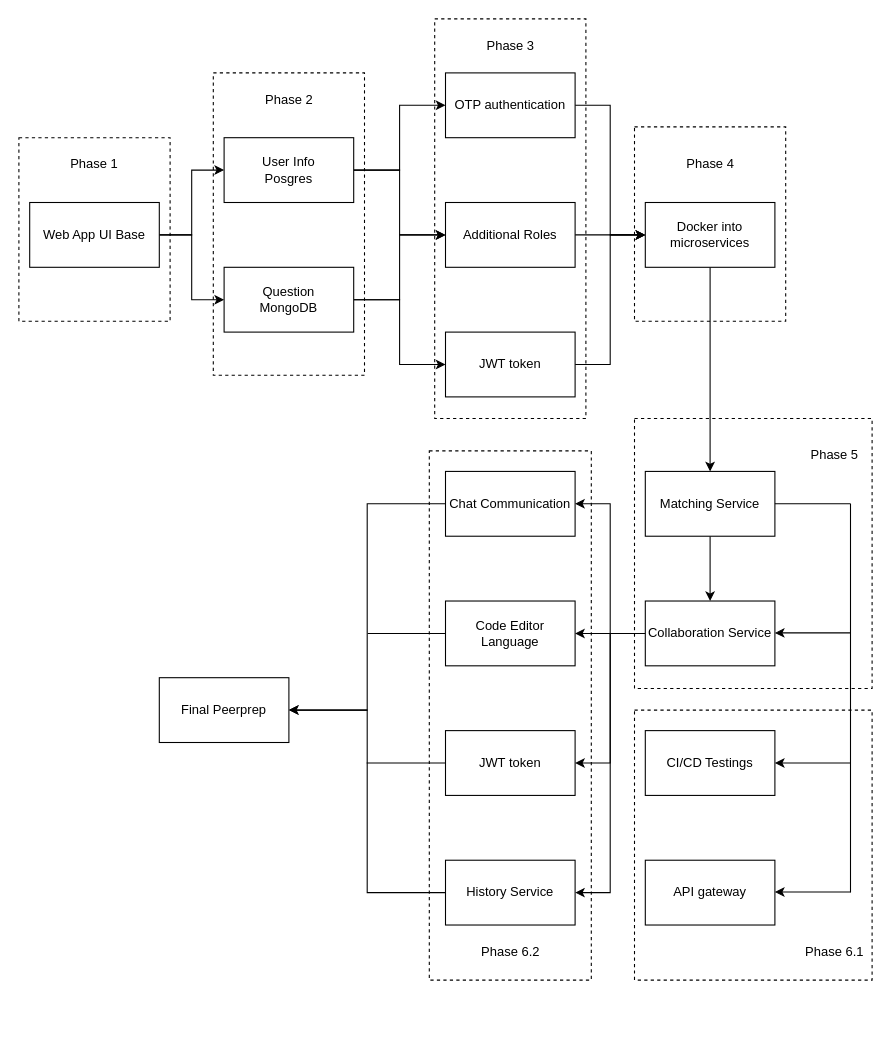
Before: Development-process.drawio in shaniceng/DrawIODiagrams, a draw.io diagram. Source tidied: cells renumbered, new cells numbered last; positions are measured from the earlier drawing's top-left corner, leaving out a move shared by most shapes. Both pictures are drawn from the tidied source at 108%, with x=0, y=0 at pixel (18, 18).
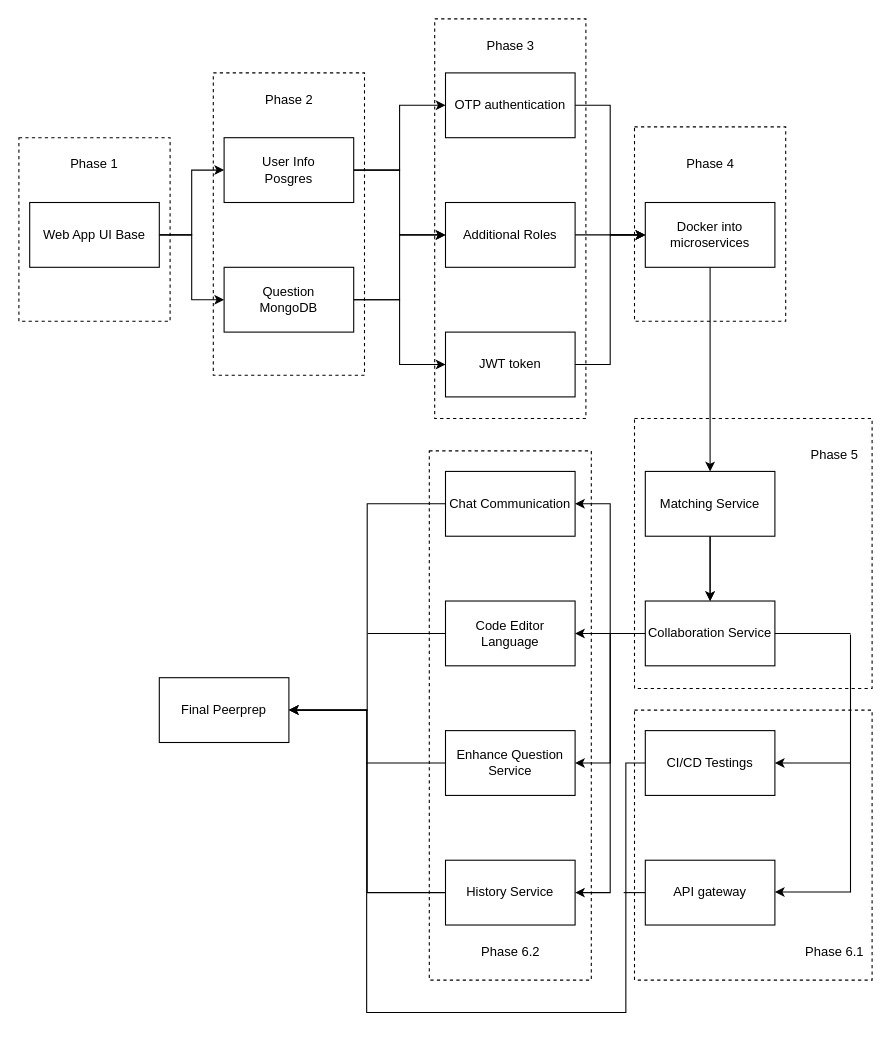
The same page after the edit.

Unchanged cells that the change refers to:
```xml
<mxCell id="29" value="Matching Service" style="rounded=0;whiteSpace=wrap;html=1;" parent="1" vertex="1">
  <mxGeometry x="580" y="419" width="120" height="60" as="geometry" />
</mxCell>
<mxCell id="34" value="Collaboration Service" style="rounded=0;whiteSpace=wrap;html=1;" parent="1" vertex="1">
  <mxGeometry x="580" y="539" width="120" height="60" as="geometry" />
</mxCell>
<mxCell id="38" value="API gateway" style="rounded=0;whiteSpace=wrap;html=1;" parent="1" vertex="1">
  <mxGeometry x="580" y="779" width="120" height="60" as="geometry" />
</mxCell>
<mxCell id="53" value="Final Peerprep" style="rounded=0;whiteSpace=wrap;html=1;" parent="1" vertex="1">
  <mxGeometry x="130" y="610" width="120" height="60" as="geometry" />
</mxCell>
```

The edit, as a diff of the source:
```diff
@@
+    <mxCell id="52" style="rounded=0;whiteSpace=wrap;html=1;dashed=1;fillColor=none;" parent="1" vertex="1">
+      <mxGeometry x="570" y="370" width="220" height="250" as="geometry" />
+    </mxCell>
@@
-    <mxCell id="27" value="JWT token" style="rounded=0;whiteSpace=wrap;html=1;" parent="1" vertex="1">
+    <mxCell id="27" value="Enhance Question Service" style="rounded=0;whiteSpace=wrap;html=1;" parent="1" vertex="1">
       <mxGeometry x="395" y="659" width="120" height="60" as="geometry" />
     </mxCell>
@@
+    <mxCell id="56" style="edgeStyle=orthogonalEdgeStyle;rounded=0;jettySize=auto;html=1;" parent="1" edge="1" source="29" target="34">
+      <mxGeometry relative="1" as="geometry" />
+    </mxCell>
@@
+    <mxCell id="57" style="edgeStyle=orthogonalEdgeStyle;rounded=0;jettySize=auto;html=1;endArrow=none;endFill=0;" parent="1" edge="1" source="34">
+      <mxGeometry relative="1" as="geometry">
+        <mxPoint x="770" y="569" as="targetPoint" />
+      </mxGeometry>
+    </mxCell>
@@
+    <mxCell id="58" style="edgeStyle=orthogonalEdgeStyle;rounded=0;jettySize=auto;html=1;entryX=1;entryY=0.5;entryDx=0;entryDy=0;" parent="1" edge="1" target="53">
+      <mxGeometry relative="1" as="geometry">
+        <mxPoint x="582" y="689" as="sourcePoint" />
+        <Array as="points">
+          <mxPoint x="562" y="689" />
+          <mxPoint x="562" y="920" />
+          <mxPoint x="322" y="920" />
+          <mxPoint x="322" y="640" />
+        </Array>
+      </mxGeometry>
+    </mxCell>
@@
+    <mxCell id="59" style="edgeStyle=orthogonalEdgeStyle;rounded=0;jettySize=auto;html=1;endArrow=none;endFill=0;" parent="1" edge="1" source="38">
+      <mxGeometry relative="1" as="geometry">
+        <mxPoint x="560" y="809" as="targetPoint" />
+      </mxGeometry>
+    </mxCell>
@@
-    <mxCell id="39" style="endArrow=none;html=1;rounded=0;exitX=1;exitY=0.5;exitDx=0;exitDy=0;" parent="1" edge="1" source="29">
-      <mxGeometry relative="1" as="geometry">
-        <mxPoint x="770" y="449" as="targetPoint" />
-      </mxGeometry>
-    </mxCell>
     <mxCell id="40" style="endArrow=none;html=1;rounded=0;" parent="1" edge="1">
       <mxGeometry relative="1" as="geometry">
-        <mxPoint x="770" y="449" as="sourcePoint" />
+        <mxPoint x="770" y="570" as="sourcePoint" />
         <mxPoint x="770" y="809" as="targetPoint" />
       </mxGeometry>
     </mxCell>
@@
-    <mxCell id="43" style="endArrow=classic;html=1;rounded=0;" parent="1" edge="1">
-      <mxGeometry relative="1" as="geometry">
-        <mxPoint x="770" y="568.5" as="sourcePoint" />
-        <mxPoint x="700" y="568.5" as="targetPoint" />
-      </mxGeometry>
-    </mxCell>
@@
-    <mxCell id="52" style="rounded=0;whiteSpace=wrap;html=1;dashed=1;fillColor=none;" parent="1" vertex="1">
-      <mxGeometry x="570" y="370" width="220" height="250" as="geometry" />
-    </mxCell>
```
